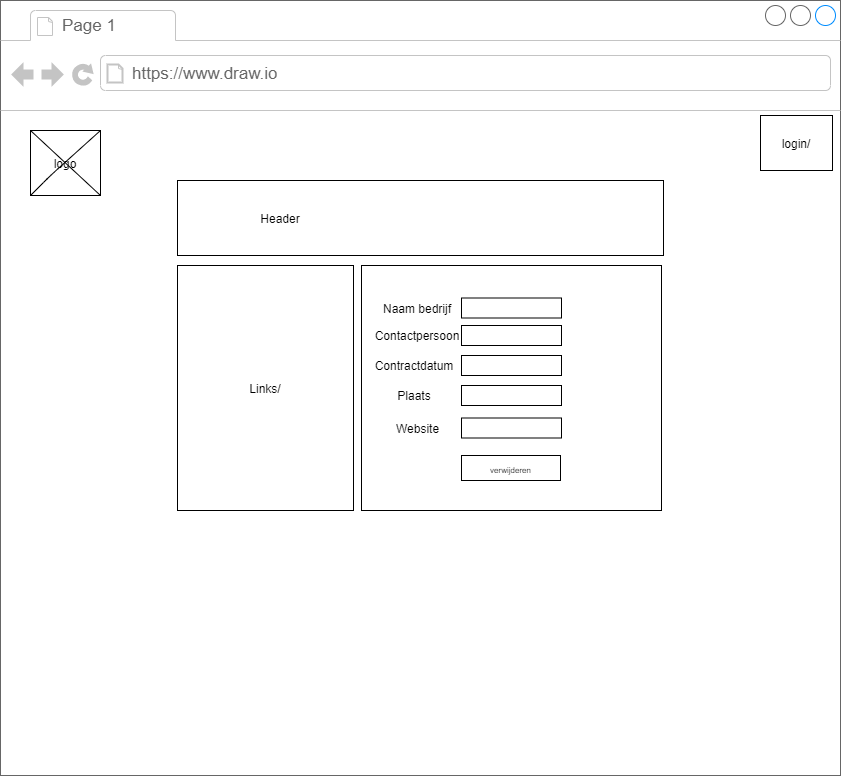
michligtenberg/beroeps-stagewebsite keeps this draw.io diagram as Documents/Images_IPP/vewijderen.png. Above is the earlier version. Source tidied: cells renumbered, new cells last; positions are measured from the earlier drawing's top-left corner, leaving out a move shared by most shapes.
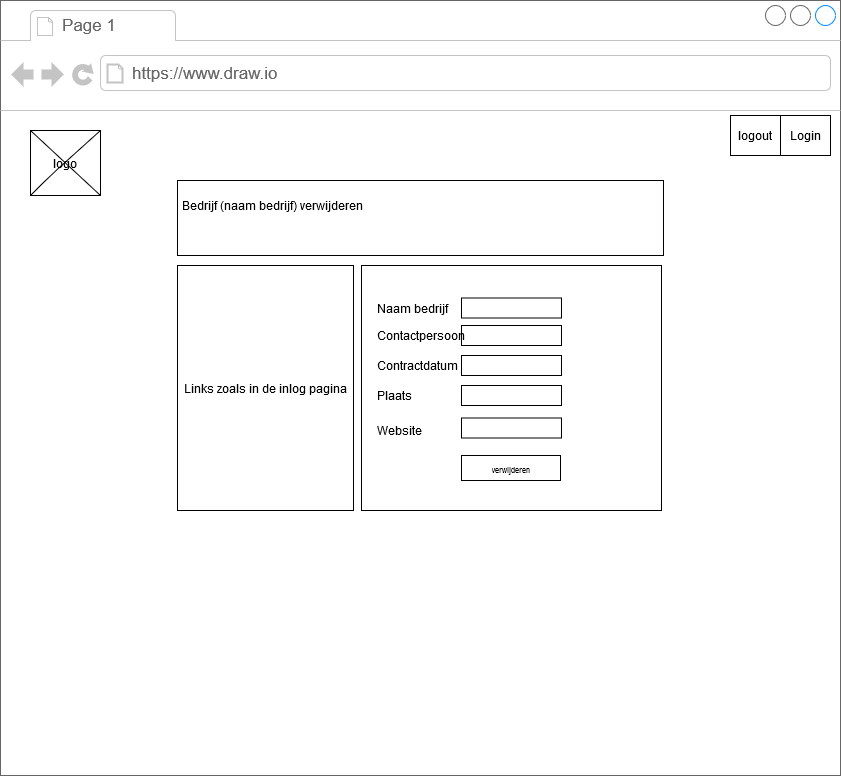
Later version of the same file.

Commit message:
wireframes veranderd zoals gevraagd werd

The edit, as a diff of the source:
```diff
@@ -20,12 +20,9 @@
     <mxCell id="7" style="rounded=0;whiteSpace=wrap;html=1;" parent="2" vertex="1">
       <mxGeometry x="177" y="180" width="486" height="75" as="geometry" />
     </mxCell>
-    <mxCell id="8" value="Links/" style="rounded=0;whiteSpace=wrap;html=1;" parent="2" vertex="1">
+    <mxCell id="8" value="Links zoals in de inlog pagina" style="rounded=0;whiteSpace=wrap;html=1;" parent="2" vertex="1">
       <mxGeometry x="177" y="265" width="176" height="245" as="geometry" />
     </mxCell>
-    <mxCell id="9" value="login/" style="rounded=0;whiteSpace=wrap;html=1;" parent="2" vertex="1">
-      <mxGeometry x="760" y="115" width="72" height="55" as="geometry" />
-    </mxCell>
     <mxCell id="10" value="logo" style="rounded=0;whiteSpace=wrap;html=1;" parent="2" vertex="1">
       <mxGeometry x="30" y="130" width="70" height="65" as="geometry" />
     </mxCell>
@@ -39,14 +36,14 @@
     <mxCell id="12" style="endArrow=none;html=1;entryX=1;entryY=1;entryDx=0;entryDy=0;exitX=0;exitY=0;exitDx=0;exitDy=0;" parent="2" edge="1" source="10" target="10">
       <mxGeometry relative="1" as="geometry" />
     </mxCell>
-    <mxCell id="13" value="Header" style="text;html=1;strokeColor=none;fillColor=none;align=center;verticalAlign=middle;whiteSpace=wrap;rounded=0;" parent="2" vertex="1">
-      <mxGeometry x="260" y="208" width="40" height="20" as="geometry" />
+    <mxCell id="13" value="Bedrijf (naam bedrijf) verwijderen" style="text;html=1;strokeColor=none;fillColor=none;align=center;verticalAlign=middle;whiteSpace=wrap;rounded=0;" parent="2" vertex="1">
+      <mxGeometry x="177" y="195" width="190" height="20" as="geometry" />
     </mxCell>
     <mxCell id="14" style="rounded=0;whiteSpace=wrap;html=1;strokeColor=#000000;" parent="2" vertex="1">
       <mxGeometry x="461" y="297.5" width="100" height="20" as="geometry" />
     </mxCell>
-    <mxCell id="15" value="Naam bedrijf" style="text;html=1;strokeColor=none;fillColor=none;align=center;verticalAlign=middle;whiteSpace=wrap;rounded=0;" parent="2" vertex="1">
-      <mxGeometry x="380" y="297.5" width="74" height="20" as="geometry" />
+    <mxCell id="15" value="Naam bedrijf" style="text;html=1;strokeColor=none;fillColor=none;align=left;verticalAlign=middle;whiteSpace=wrap;rounded=0;" parent="2" vertex="1">
+      <mxGeometry x="375" y="297.5" width="74" height="20" as="geometry" />
     </mxCell>
     <mxCell id="16" style="rounded=0;whiteSpace=wrap;html=1;strokeColor=#000000;" parent="2" vertex="1">
       <mxGeometry x="461" y="325" width="100" height="20" as="geometry" />
@@ -57,20 +54,26 @@
     <mxCell id="18" style="rounded=0;whiteSpace=wrap;html=1;strokeColor=#000000;" parent="2" vertex="1">
       <mxGeometry x="461" y="385" width="100" height="20" as="geometry" />
     </mxCell>
-    <mxCell id="19" value="Contactpersoon" style="text;html=1;strokeColor=none;fillColor=none;align=center;verticalAlign=middle;whiteSpace=wrap;rounded=0;" parent="2" vertex="1">
-      <mxGeometry x="385" y="325" width="64" height="20" as="geometry" />
+    <mxCell id="19" value="Contactpersoon" style="text;html=1;strokeColor=none;fillColor=none;align=left;verticalAlign=middle;whiteSpace=wrap;rounded=0;" parent="2" vertex="1">
+      <mxGeometry x="375" y="325" width="64" height="20" as="geometry" />
     </mxCell>
-    <mxCell id="20" value="Contractdatum" style="text;html=1;strokeColor=none;fillColor=none;align=center;verticalAlign=middle;whiteSpace=wrap;rounded=0;" parent="2" vertex="1">
-      <mxGeometry x="382" y="355" width="64" height="20" as="geometry" />
+    <mxCell id="20" value="Contractdatum" style="text;html=1;strokeColor=none;fillColor=none;align=left;verticalAlign=middle;whiteSpace=wrap;rounded=0;" parent="2" vertex="1">
+      <mxGeometry x="375" y="355" width="64" height="20" as="geometry" />
     </mxCell>
-    <mxCell id="21" value="Plaats" style="text;html=1;strokeColor=none;fillColor=none;align=center;verticalAlign=middle;whiteSpace=wrap;rounded=0;" parent="2" vertex="1">
-      <mxGeometry x="394" y="385" width="40" height="20" as="geometry" />
+    <mxCell id="21" value="Plaats" style="text;html=1;strokeColor=none;fillColor=none;align=left;verticalAlign=middle;whiteSpace=wrap;rounded=0;" parent="2" vertex="1">
+      <mxGeometry x="375" y="385" width="40" height="20" as="geometry" />
     </mxCell>
-    <mxCell id="22" value="Website" style="text;html=1;strokeColor=none;fillColor=none;align=center;verticalAlign=middle;whiteSpace=wrap;rounded=0;" parent="2" vertex="1">
-      <mxGeometry x="364.5" y="415" width="105" height="25" as="geometry" />
+    <mxCell id="22" value="Website" style="text;html=1;strokeColor=none;fillColor=none;align=left;verticalAlign=middle;whiteSpace=wrap;rounded=0;" parent="2" vertex="1">
+      <mxGeometry x="375" y="417.5" width="105" height="25" as="geometry" />
     </mxCell>
     <mxCell id="23" style="rounded=0;whiteSpace=wrap;html=1;strokeColor=#000000;" parent="2" vertex="1">
       <mxGeometry x="461" y="417.5" width="100" height="20" as="geometry" />
     </mxCell>
+    <mxCell id="24" value="Login" style="rounded=0;whiteSpace=wrap;html=1;" parent="2" vertex="1">
+      <mxGeometry x="780" y="115" width="50" height="40" as="geometry" />
+    </mxCell>
+    <mxCell id="25" value="logout" style="rounded=0;whiteSpace=wrap;html=1;" parent="2" vertex="1">
+      <mxGeometry x="730" y="115" width="50" height="40" as="geometry" />
+    </mxCell>
   </root>
 </mxGraphModel>
```
